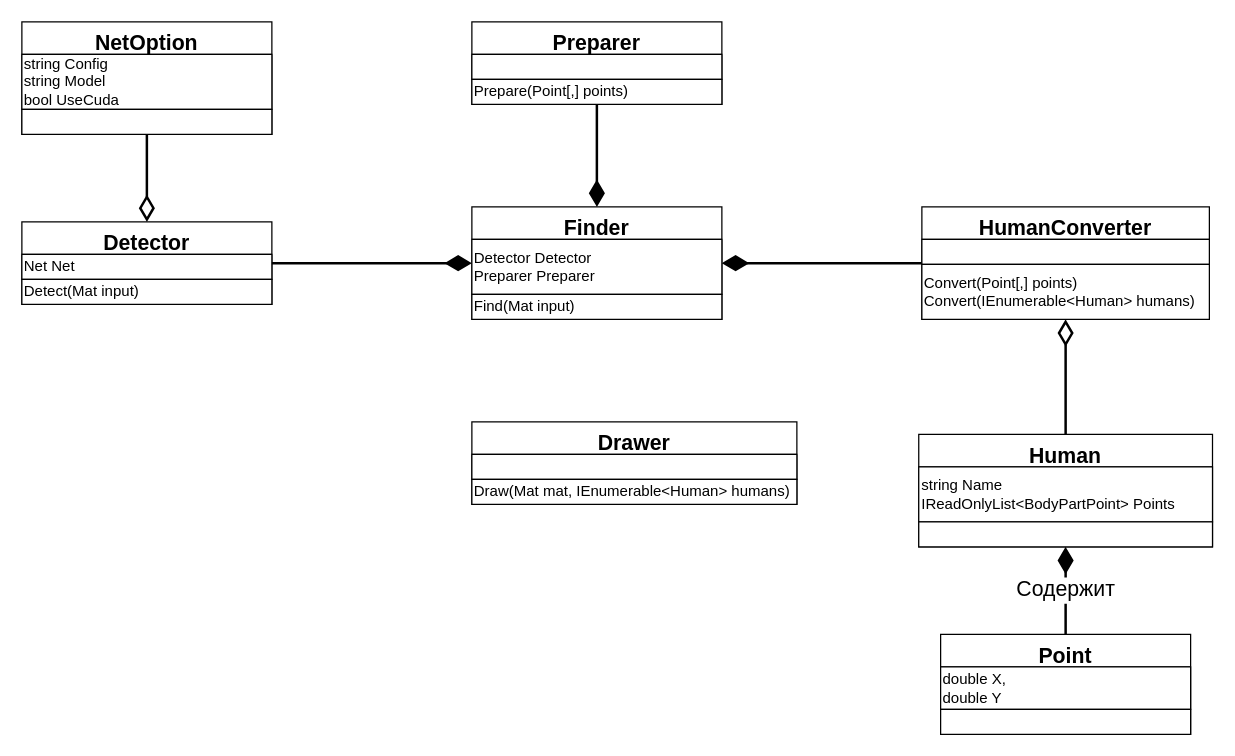
The draw.io diagram page "Detecting" (4 of 11) of Engineering/Packets-detailed.drawio in GoldGreen/Skeletonization, before the edit. Source tidied: cells renumbered, new cells numbered last; positions are measured from the earlier drawing's top-left corner, leaving out a move shared by most shapes. Both pictures are drawn from the tidied source at 125%, with x=0, y=0 at pixel (21, 21).
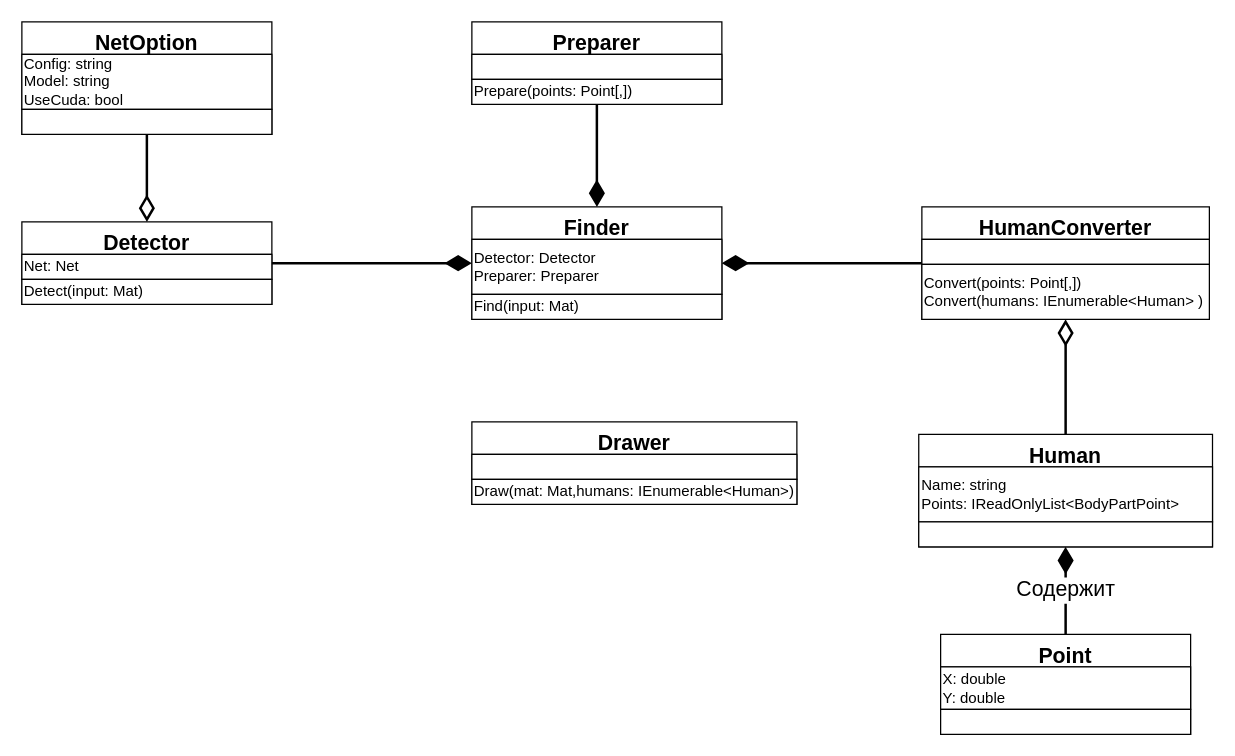
The same diagram, later.

Unchanged cells that the change refers to:
```xml
<mxCell id="3" value="Detector" style="swimlane;fontStyle=1;align=center;verticalAlign=top;horizontal=1;startSize=26;fontSize=17;" parent="1" vertex="1">
  <mxGeometry y="160" width="200" height="66" as="geometry" />
</mxCell>
<mxCell id="10" value="Finder" style="swimlane;fontStyle=1;align=center;verticalAlign=top;horizontal=1;startSize=26;fontSize=17;" parent="1" vertex="1">
  <mxGeometry x="360" y="148" width="200" height="90" as="geometry" />
</mxCell>
<mxCell id="14" value="HumanConverter" style="swimlane;fontStyle=1;align=center;verticalAlign=top;horizontal=1;startSize=26;fontSize=17;" parent="1" vertex="1">
  <mxGeometry x="720" y="148" width="230" height="90" as="geometry" />
</mxCell>
<mxCell id="17" value="Drawer" style="swimlane;fontStyle=1;align=center;verticalAlign=top;horizontal=1;startSize=26;fontSize=17;" parent="1" vertex="1">
  <mxGeometry x="360" y="320" width="260" height="66" as="geometry" />
</mxCell>
<mxCell id="20" value="Preparer" style="swimlane;fontStyle=1;align=center;verticalAlign=top;horizontal=1;startSize=26;fontSize=17;" parent="1" vertex="1">
  <mxGeometry x="360" width="200" height="66" as="geometry" />
</mxCell>
<mxCell id="24" value="Human" style="swimlane;fontStyle=1;align=center;verticalAlign=top;horizontal=1;startSize=26;fontSize=17;" parent="1" vertex="1">
  <mxGeometry x="717.5" y="330" width="235" height="90" as="geometry" />
</mxCell>
<mxCell id="27" value="Point" style="swimlane;fontStyle=1;align=center;verticalAlign=top;horizontal=1;startSize=26;fontSize=17;" parent="1" vertex="1">
  <mxGeometry x="735" y="490" width="200" height="80" as="geometry" />
</mxCell>
<mxCell id="30" value="NetOption" style="swimlane;fontStyle=1;align=center;verticalAlign=top;horizontal=1;startSize=26;fontSize=17;" parent="1" vertex="1">
  <mxGeometry width="200" height="90" as="geometry" />
</mxCell>
```

Change to the diagram source:
```diff
@@
-    <mxCell id="4" value="Net Net" style="rounded=0;whiteSpace=wrap;html=1;fontFamily=Helvetica;fontSize=12;fontColor=default;startSize=26;strokeColor=default;fillColor=default;align=left;" parent="3" vertex="1">
+    <mxCell id="4" value="Net: Net&amp;nbsp;" style="rounded=0;whiteSpace=wrap;html=1;fontFamily=Helvetica;fontSize=12;fontColor=default;startSize=26;strokeColor=default;fillColor=default;align=left;" parent="3" vertex="1">
       <mxGeometry y="26" width="200" height="20" as="geometry" />
     </mxCell>
-    <mxCell id="5" value="Detect(Mat input)" style="rounded=0;whiteSpace=wrap;html=1;fontFamily=Helvetica;fontSize=12;fontColor=default;startSize=26;strokeColor=default;fillColor=default;align=left;" parent="3" vertex="1">
+    <mxCell id="5" value="Detect(input: Mat)" style="rounded=0;whiteSpace=wrap;html=1;fontFamily=Helvetica;fontSize=12;fontColor=default;startSize=26;strokeColor=default;fillColor=default;align=left;" parent="3" vertex="1">
       <mxGeometry y="46" width="200" height="20" as="geometry" />
     </mxCell>
@@
-    <mxCell id="11" value="&lt;div&gt;Detector Detector&lt;/div&gt;&lt;div&gt;Preparer Preparer&lt;/div&gt;" style="rounded=0;whiteSpace=wrap;html=1;fontFamily=Helvetica;fontSize=12;fontColor=default;startSize=26;strokeColor=default;fillColor=default;align=left;verticalAlign=middle;" parent="10" vertex="1">
+    <mxCell id="11" value="&lt;div&gt;Detector: Detector&lt;/div&gt;&lt;div&gt;Preparer: Preparer&lt;/div&gt;" style="rounded=0;whiteSpace=wrap;html=1;fontFamily=Helvetica;fontSize=12;fontColor=default;startSize=26;strokeColor=default;fillColor=default;align=left;verticalAlign=middle;" parent="10" vertex="1">
       <mxGeometry y="26" width="200" height="44" as="geometry" />
     </mxCell>
-    <mxCell id="12" value="Find(Mat input)" style="rounded=0;whiteSpace=wrap;html=1;fontFamily=Helvetica;fontSize=12;fontColor=default;startSize=26;strokeColor=default;fillColor=default;align=left;" parent="10" vertex="1">
+    <mxCell id="12" value="Find(input: Mat)" style="rounded=0;whiteSpace=wrap;html=1;fontFamily=Helvetica;fontSize=12;fontColor=default;startSize=26;strokeColor=default;fillColor=default;align=left;" parent="10" vertex="1">
       <mxGeometry y="70" width="200" height="20" as="geometry" />
     </mxCell>
@@
-    <mxCell id="16" value="Convert(Point[,] points)&lt;br&gt;Convert(IEnumerable&amp;lt;Human&amp;gt; humans)" style="rounded=0;whiteSpace=wrap;html=1;fontFamily=Helvetica;fontSize=12;fontColor=default;startSize=26;strokeColor=default;fillColor=default;align=left;" parent="14" vertex="1">
+    <mxCell id="16" value="Convert(points: Point[,])&lt;br&gt;Convert(humans: IEnumerable&amp;lt;Human&amp;gt; )" style="rounded=0;whiteSpace=wrap;html=1;fontFamily=Helvetica;fontSize=12;fontColor=default;startSize=26;strokeColor=default;fillColor=default;align=left;" parent="14" vertex="1">
       <mxGeometry y="46" width="230" height="44" as="geometry" />
     </mxCell>
@@
-    <mxCell id="19" value="Draw(Mat mat, IEnumerable&amp;lt;Human&amp;gt; humans)" style="rounded=0;whiteSpace=wrap;html=1;fontFamily=Helvetica;fontSize=12;fontColor=default;startSize=26;strokeColor=default;fillColor=default;align=left;" parent="17" vertex="1">
+    <mxCell id="19" value="Draw(mat: Mat,humans: IEnumerable&amp;lt;Human&amp;gt;)" style="rounded=0;whiteSpace=wrap;html=1;fontFamily=Helvetica;fontSize=12;fontColor=default;startSize=26;strokeColor=default;fillColor=default;align=left;" parent="17" vertex="1">
       <mxGeometry y="46" width="260" height="20" as="geometry" />
     </mxCell>
@@
-    <mxCell id="22" value="Prepare(Point[,] points)" style="rounded=0;whiteSpace=wrap;html=1;fontFamily=Helvetica;fontSize=12;fontColor=default;startSize=26;strokeColor=default;fillColor=default;align=left;" parent="20" vertex="1">
+    <mxCell id="22" value="Prepare(points: Point[,])" style="rounded=0;whiteSpace=wrap;html=1;fontFamily=Helvetica;fontSize=12;fontColor=default;startSize=26;strokeColor=default;fillColor=default;align=left;" parent="20" vertex="1">
       <mxGeometry y="46" width="200" height="20" as="geometry" />
     </mxCell>
@@
-    <mxCell id="25" value="string Name&lt;br&gt;IReadOnlyList&amp;lt;BodyPartPoint&amp;gt; Points" style="rounded=0;whiteSpace=wrap;html=1;fontFamily=Helvetica;fontSize=12;fontColor=default;startSize=26;strokeColor=default;fillColor=default;align=left;" parent="24" vertex="1">
+    <mxCell id="25" value="Name: string&amp;nbsp;&lt;br&gt;Points: IReadOnlyList&amp;lt;BodyPartPoint&amp;gt;" style="rounded=0;whiteSpace=wrap;html=1;fontFamily=Helvetica;fontSize=12;fontColor=default;startSize=26;strokeColor=default;fillColor=default;align=left;" parent="24" vertex="1">
       <mxGeometry y="26" width="235" height="44" as="geometry" />
     </mxCell>
@@
-    <mxCell id="28" value="double X,&lt;br&gt;double Y" style="rounded=0;whiteSpace=wrap;html=1;fontFamily=Helvetica;fontSize=12;fontColor=default;startSize=26;strokeColor=default;fillColor=default;align=left;" parent="27" vertex="1">
+    <mxCell id="28" value="X: double&lt;br&gt;Y: double&amp;nbsp;" style="rounded=0;whiteSpace=wrap;html=1;fontFamily=Helvetica;fontSize=12;fontColor=default;startSize=26;strokeColor=default;fillColor=default;align=left;" parent="27" vertex="1">
       <mxGeometry y="26" width="200" height="34" as="geometry" />
     </mxCell>
@@
-    <mxCell id="31" value="string Config&lt;br&gt;string Model&lt;br&gt;bool UseCuda" style="rounded=0;whiteSpace=wrap;html=1;fontFamily=Helvetica;fontSize=12;fontColor=default;startSize=26;strokeColor=default;fillColor=default;align=left;" parent="30" vertex="1">
+    <mxCell id="31" value="Config: string&amp;nbsp;&lt;br&gt;Model: string&amp;nbsp;&lt;br&gt;UseCuda: bool&amp;nbsp;" style="rounded=0;whiteSpace=wrap;html=1;fontFamily=Helvetica;fontSize=12;fontColor=default;startSize=26;strokeColor=default;fillColor=default;align=left;" parent="30" vertex="1">
       <mxGeometry y="26" width="200" height="44" as="geometry" />
     </mxCell>
```
